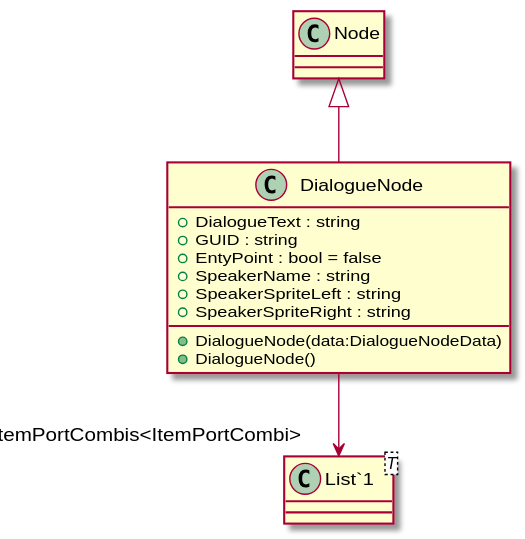
Earlier version of the PlantUML export UML/Dialogue/Editor/Nodes/DialogueNode.svg (robinsuurs/Mallow_Mysterie).
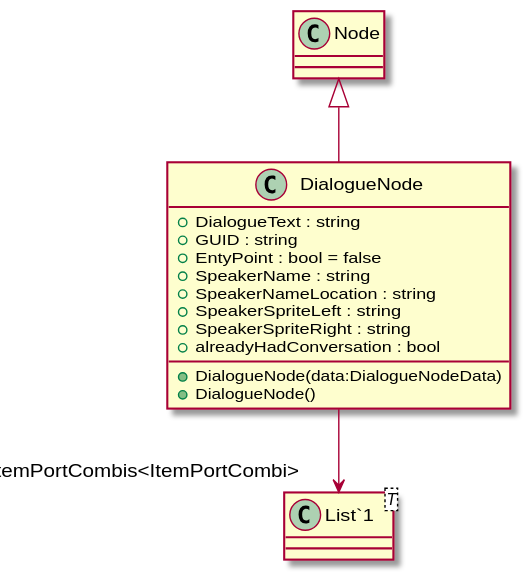
Above is the later version.

What changed in the source:
```diff
@@ -4,8 +4,10 @@
     + GUID : string
     + EntyPoint : bool = false
     + SpeakerName : string
+    + SpeakerNameLocation : string
     + SpeakerSpriteLeft : string
     + SpeakerSpriteRight : string
+    + alreadyHadConversation : bool
     + DialogueNode(data:DialogueNodeData)
     + DialogueNode()
 }
```
